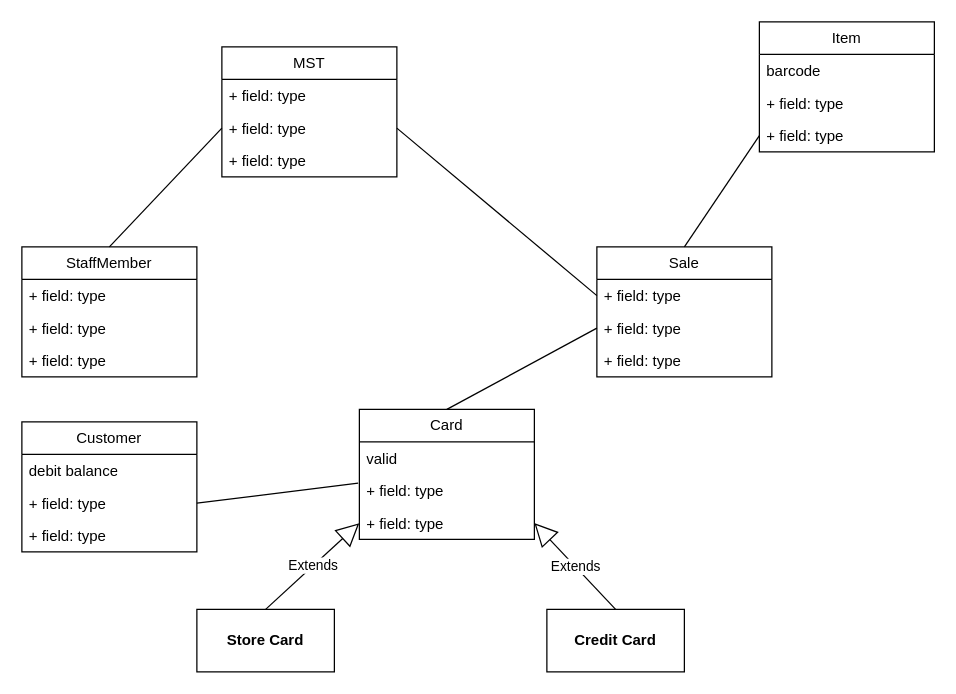
antonykimuom/SWEN30006-2025-SM1-workshop1-tuew05-14-00-team-12 keeps this draw.io diagram as workshop5-week6.drawio. Above is the earlier version. Source tidied: cells renumbered, new cells numbered last; positions are measured from the earlier drawing's top-left corner, leaving out a move shared by most shapes. Both pictures are drawn from the tidied source at 125%, with x=0, y=0 at pixel (21, 21).
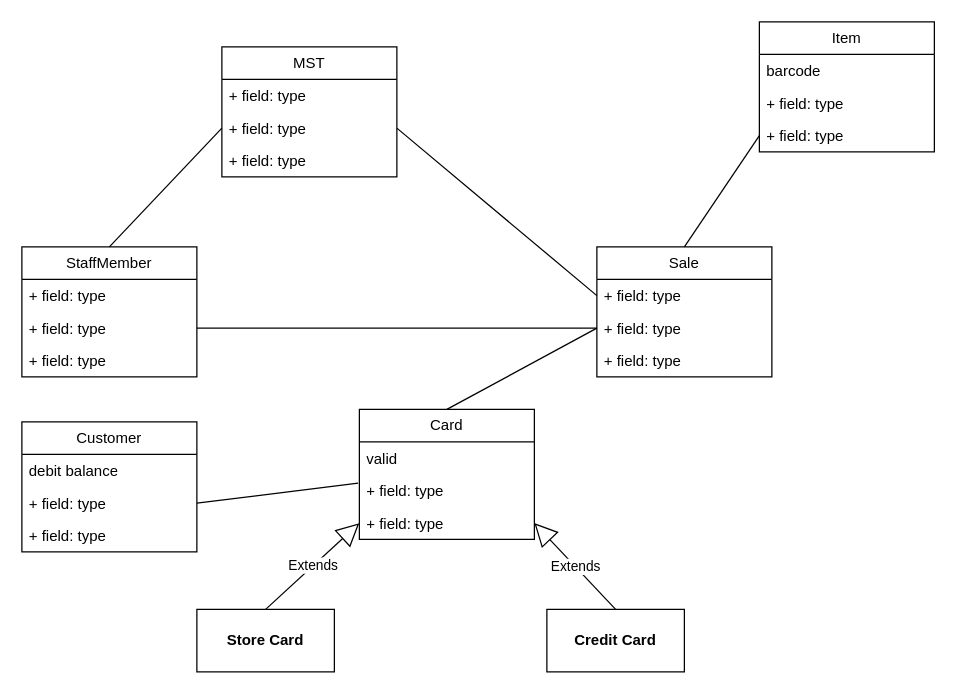
The same diagram, later.

The change refers to these unchanged cells:
```xml
<mxCell id="8" value="+ field: type" style="text;strokeColor=none;fillColor=none;align=left;verticalAlign=top;spacingLeft=4;spacingRight=4;overflow=hidden;points=[[0,0.5],[1,0.5]];portConstraint=eastwest;whiteSpace=wrap;html=1;" parent="6" vertex="1">
  <mxGeometry y="52" width="140" height="26" as="geometry" />
</mxCell>
<mxCell id="12" value="+ field: type" style="text;strokeColor=none;fillColor=none;align=left;verticalAlign=top;spacingLeft=4;spacingRight=4;overflow=hidden;points=[[0,0.5],[1,0.5]];portConstraint=eastwest;whiteSpace=wrap;html=1;" parent="10" vertex="1">
  <mxGeometry y="52" width="140" height="26" as="geometry" />
</mxCell>
```

Change to the diagram source:
```diff
@@
+    <mxCell id="35" style="endArrow=none;html=1;rounded=0;exitX=0;exitY=0.5;exitDx=0;exitDy=0;entryX=1;entryY=0.5;entryDx=0;entryDy=0;" parent="1" edge="1" source="12" target="8">
+      <mxGeometry relative="1" as="geometry" />
+    </mxCell>
```
